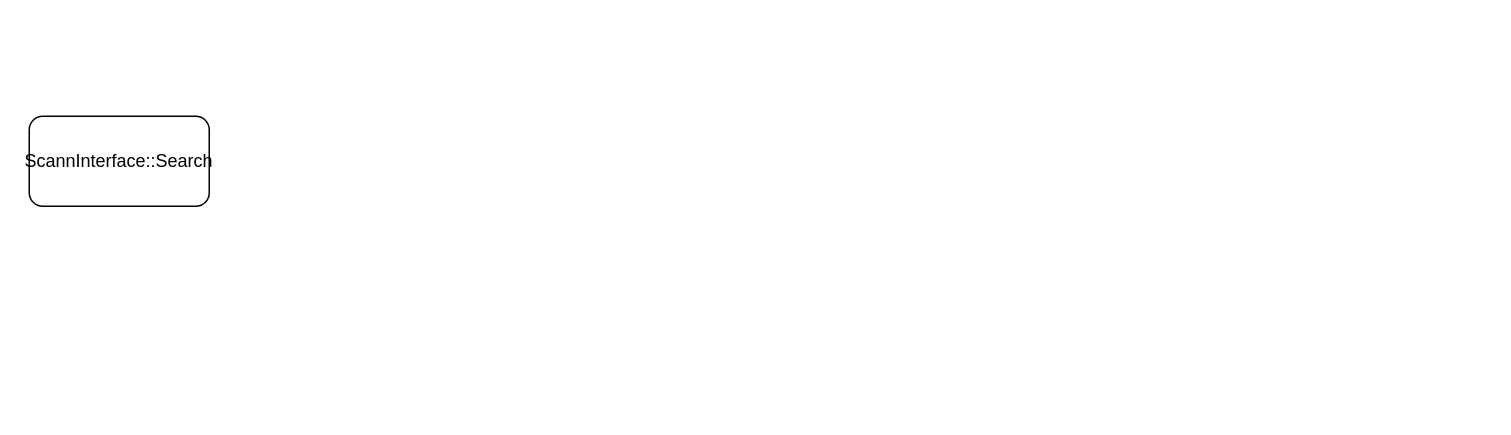
beijingqiuchang/drawio keeps this draw.io diagram as scann.drawio. Above is the earlier version. Source tidied: cells renumbered, new cells numbered last; positions are measured from the earlier drawing's top-left corner, leaving out a move shared by most shapes. Both pictures are drawn from the tidied source at 150%, with x=0, y=0 at pixel (28, 116).
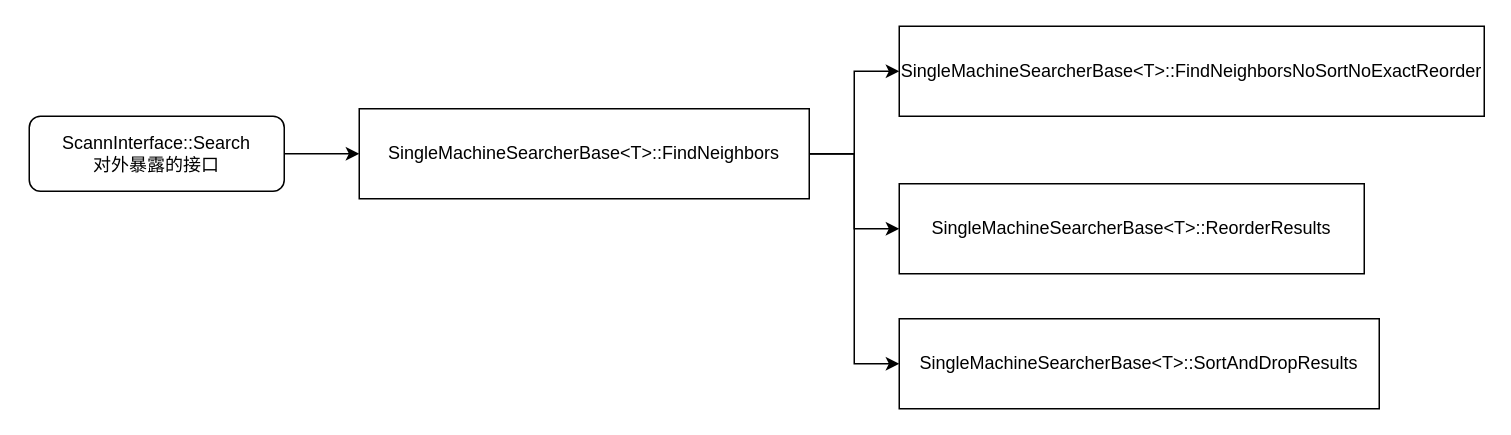
The same diagram, later.

What changed in the source:
```diff
@@
 <mxGraphModel>
   <root>
     <mxCell id="0" />
     <mxCell id="1" parent="0" />
+    <mxCell id="3" style="edgeStyle=orthogonalEdgeStyle;rounded=0;jettySize=auto;html=1;exitX=1;exitY=0.5;exitDx=0;exitDy=0;entryX=0;entryY=0.5;entryDx=0;entryDy=0;" parent="1" edge="1" source="2" target="7">
+      <mxGeometry relative="1" as="geometry" />
+    </mxCell>
-    <mxCell id="2" value="ScannInterface::Search" style="rounded=1;whiteSpace=wrap;html=1;" parent="1" vertex="1">
-      <mxGeometry width="120" height="60" as="geometry" />
+    <mxCell id="2" value="ScannInterface::Search&lt;div&gt;对外暴露的接口&lt;/div&gt;" style="rounded=1;whiteSpace=wrap;html=1;" parent="1" vertex="1">
+      <mxGeometry width="170" height="50" as="geometry" />
     </mxCell>
+    <mxCell id="4" style="edgeStyle=orthogonalEdgeStyle;rounded=0;jettySize=auto;html=1;exitX=1;exitY=0.5;exitDx=0;exitDy=0;entryX=0;entryY=0.5;entryDx=0;entryDy=0;" parent="1" edge="1" source="7" target="8">
+      <mxGeometry relative="1" as="geometry" />
+    </mxCell>
+    <mxCell id="5" style="edgeStyle=orthogonalEdgeStyle;rounded=0;jettySize=auto;html=1;exitX=1;exitY=0.5;exitDx=0;exitDy=0;entryX=0;entryY=0.5;entryDx=0;entryDy=0;" parent="1" edge="1" source="7" target="9">
+      <mxGeometry relative="1" as="geometry" />
+    </mxCell>
+    <mxCell id="6" style="edgeStyle=orthogonalEdgeStyle;rounded=0;jettySize=auto;html=1;exitX=1;exitY=0.5;exitDx=0;exitDy=0;entryX=0;entryY=0.5;entryDx=0;entryDy=0;" parent="1" edge="1" source="7" target="10">
+      <mxGeometry relative="1" as="geometry" />
+    </mxCell>
+    <mxCell id="7" value="SingleMachineSearcherBase&amp;lt;T&amp;gt;::FindNeighbors" style="rounded=0;whiteSpace=wrap;html=1;" parent="1" vertex="1">
+      <mxGeometry x="220" y="-5" width="300" height="60" as="geometry" />
+    </mxCell>
+    <mxCell id="8" value="SingleMachineSearcherBase&amp;lt;T&amp;gt;::FindNeighborsNoSortNoExactReorder" style="rounded=0;whiteSpace=wrap;html=1;" parent="1" vertex="1">
+      <mxGeometry x="580" y="-60" width="390" height="60" as="geometry" />
+    </mxCell>
+    <mxCell id="9" value="SingleMachineSearcherBase&amp;lt;T&amp;gt;::ReorderResults" style="rounded=0;whiteSpace=wrap;html=1;" parent="1" vertex="1">
+      <mxGeometry x="580" y="45" width="310" height="60" as="geometry" />
+    </mxCell>
+    <mxCell id="10" value="SingleMachineSearcherBase&amp;lt;T&amp;gt;::SortAndDropResults" style="rounded=0;whiteSpace=wrap;html=1;" parent="1" vertex="1">
+      <mxGeometry x="580" y="135" width="320" height="60" as="geometry" />
+    </mxCell>
   </root>
 </mxGraphModel>
```
